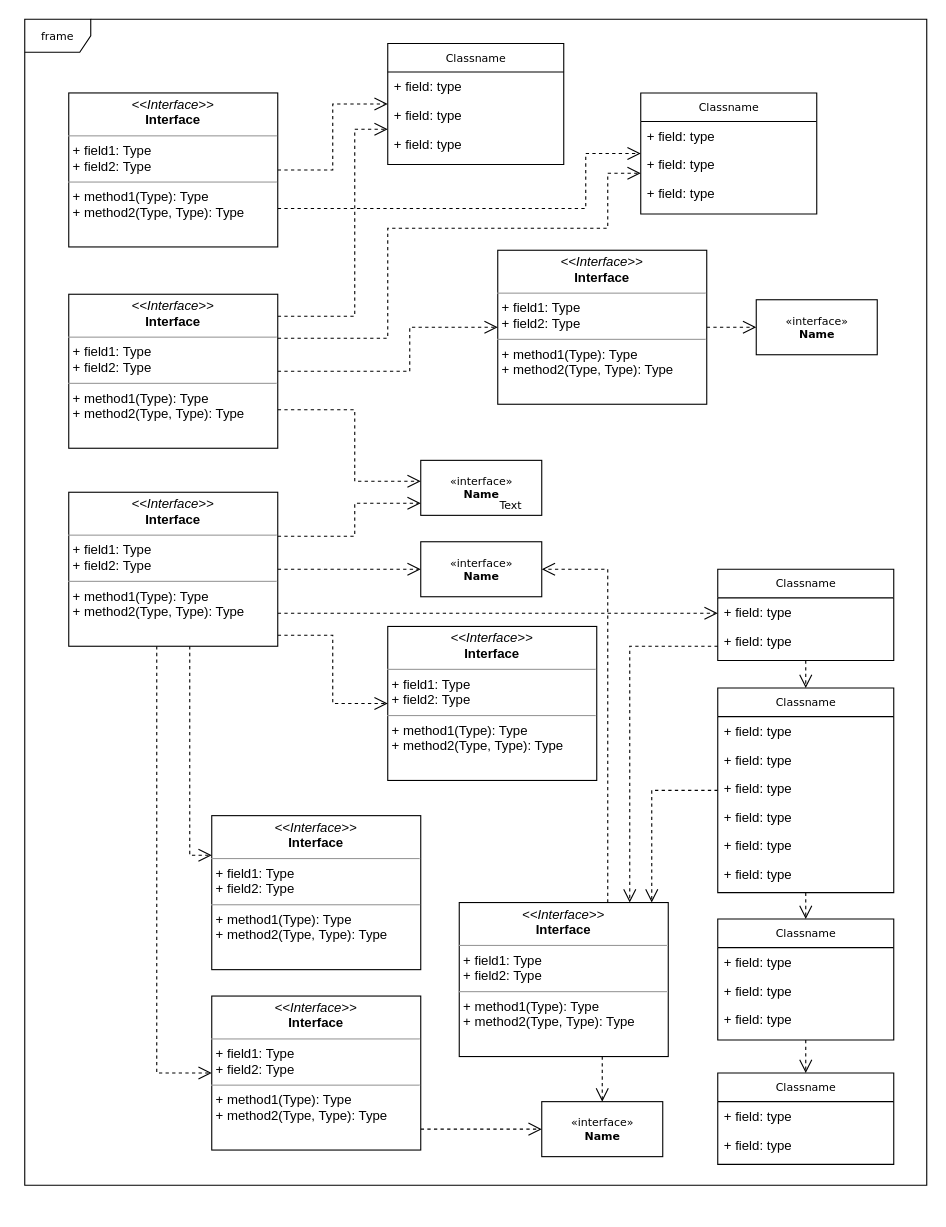
This is Untitled Diagram.drawio from LuanPanini/Fluxo, a draw.io file, before an edit. Source tidied: cells renumbered, new cells numbered last; positions are measured from the earlier drawing's top-left corner, leaving out a move shared by most shapes. Both pictures are drawn from the tidied source at 110%, with x=0, y=0 at pixel (24, 19).
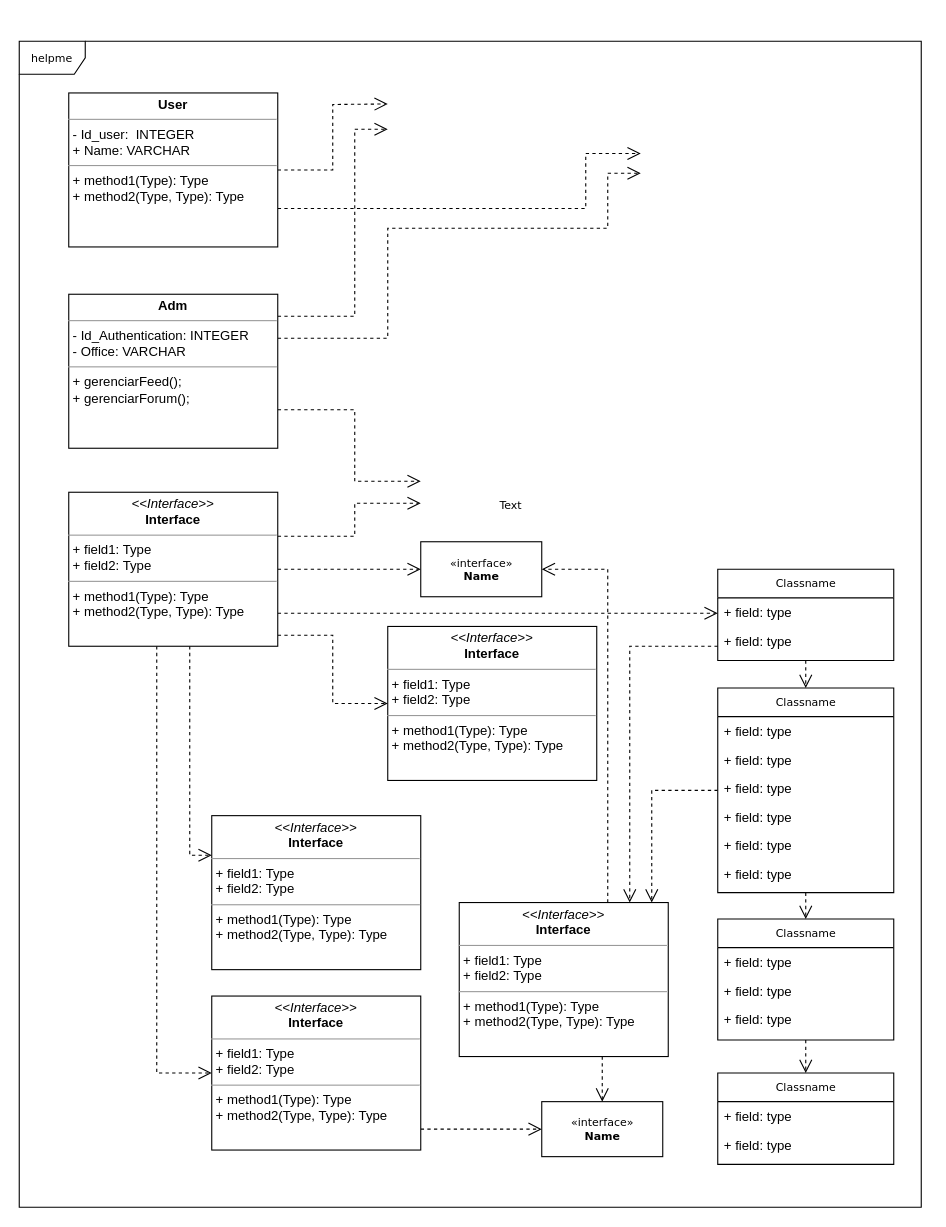
After the change.

Commit message:
Diagrama de classes helpme

Unchanged cells that the change refers to:
```xml
<mxCell id="60" value="&lt;p style=&quot;margin:0px;margin-top:4px;text-align:center;&quot;&gt;&lt;i&gt;&amp;lt;&amp;lt;Interface&amp;gt;&amp;gt;&lt;/i&gt;&lt;br/&gt;&lt;b&gt;Interface&lt;/b&gt;&lt;/p&gt;&lt;hr size=&quot;1&quot;/&gt;&lt;p style=&quot;margin:0px;margin-left:4px;&quot;&gt;+ field1: Type&lt;br/&gt;+ field2: Type&lt;/p&gt;&lt;hr size=&quot;1&quot;/&gt;&lt;p style=&quot;margin:0px;margin-left:4px;&quot;&gt;+ method1(Type): Type&lt;br/&gt;+ method2(Type, Type): Type&lt;/p&gt;" style="verticalAlign=top;align=left;overflow=fill;fontSize=12;fontFamily=Helvetica;html=1;rounded=0;shadow=0;comic=0;labelBackgroundColor=none;strokeWidth=1;" parent="1" vertex="1">
  <mxGeometry x="40" y="430" width="190" height="140" as="geometry" />
</mxCell>
```

Change to the diagram source:
```diff
@@
-    <mxCell id="2" value="frame" style="shape=umlFrame;whiteSpace=wrap;html=1;rounded=0;shadow=0;comic=0;labelBackgroundColor=none;strokeWidth=1;fontFamily=Verdana;fontSize=10;align=center;" parent="1" vertex="1">
-      <mxGeometry width="820" height="1060" as="geometry" />
+    <mxCell id="2" value="helpme" style="shape=umlFrame;whiteSpace=wrap;html=1;rounded=0;shadow=0;comic=0;labelBackgroundColor=none;strokeWidth=1;fontFamily=Verdana;fontSize=10;align=center;" parent="1" vertex="1">
+      <mxGeometry x="-5" y="20" width="820" height="1060" as="geometry" />
     </mxCell>
@@
-    <mxCell id="12" value="Classname" style="swimlane;html=1;fontStyle=0;horizontal=1;startSize=26;fillColor=none;swimlaneFillColor=#ffffff;rounded=0;shadow=0;comic=0;labelBackgroundColor=none;strokeWidth=1;fontFamily=Verdana;fontSize=10;align=center;" parent="1" vertex="1">
-      <mxGeometry x="330" y="22" width="160" height="110" as="geometry" />
-    </mxCell>
-    <mxCell id="13" value="+ field: type" style="text;html=1;strokeColor=none;fillColor=none;align=left;verticalAlign=top;spacingLeft=4;spacingRight=4;whiteSpace=wrap;overflow=hidden;" parent="12" vertex="1">
-      <mxGeometry y="26" width="160" height="26" as="geometry" />
-    </mxCell>
-    <mxCell id="14" value="+ field: type" style="text;html=1;strokeColor=none;fillColor=none;align=left;verticalAlign=top;spacingLeft=4;spacingRight=4;whiteSpace=wrap;overflow=hidden;" parent="12" vertex="1">
-      <mxGeometry y="52" width="160" height="26" as="geometry" />
-    </mxCell>
-    <mxCell id="15" value="+ field: type" style="text;html=1;strokeColor=none;fillColor=none;align=left;verticalAlign=top;spacingLeft=4;spacingRight=4;whiteSpace=wrap;overflow=hidden;" parent="12" vertex="1">
-      <mxGeometry y="78" width="160" height="26" as="geometry" />
-    </mxCell>
-    <mxCell id="16" value="Classname" style="swimlane;html=1;fontStyle=0;horizontal=1;startSize=26;fillColor=none;swimlaneFillColor=#ffffff;rounded=0;shadow=0;comic=0;labelBackgroundColor=none;strokeWidth=1;fontFamily=Verdana;fontSize=10;align=center;" parent="1" vertex="1">
-      <mxGeometry x="560" y="67" width="160" height="110" as="geometry" />
-    </mxCell>
-    <mxCell id="17" value="+ field: type" style="text;html=1;strokeColor=none;fillColor=none;align=left;verticalAlign=top;spacingLeft=4;spacingRight=4;whiteSpace=wrap;overflow=hidden;" parent="16" vertex="1">
-      <mxGeometry y="26" width="160" height="26" as="geometry" />
-    </mxCell>
-    <mxCell id="18" value="+ field: type" style="text;html=1;strokeColor=none;fillColor=none;align=left;verticalAlign=top;spacingLeft=4;spacingRight=4;whiteSpace=wrap;overflow=hidden;" parent="16" vertex="1">
-      <mxGeometry y="52" width="160" height="26" as="geometry" />
-    </mxCell>
-    <mxCell id="19" value="+ field: type" style="text;html=1;strokeColor=none;fillColor=none;align=left;verticalAlign=top;spacingLeft=4;spacingRight=4;whiteSpace=wrap;overflow=hidden;" parent="16" vertex="1">
-      <mxGeometry y="78" width="160" height="26" as="geometry" />
-    </mxCell>
@@
-    <mxCell id="41" value="&amp;laquo;interface&amp;raquo;&lt;br&gt;&lt;b&gt;Name&lt;/b&gt;" style="html=1;rounded=0;shadow=0;comic=0;labelBackgroundColor=none;strokeWidth=1;fontFamily=Verdana;fontSize=10;align=center;" parent="1" vertex="1">
-      <mxGeometry x="360" y="401" width="110" height="50" as="geometry" />
-    </mxCell>
-    <mxCell id="42" style="edgeStyle=orthogonalEdgeStyle;rounded=0;html=1;dashed=1;labelBackgroundColor=none;startFill=0;endArrow=open;endFill=0;endSize=10;fontFamily=Verdana;fontSize=10;" parent="1" edge="1" source="43" target="45">
-      <mxGeometry relative="1" as="geometry" />
-    </mxCell>
-    <mxCell id="43" value="&lt;p style=&quot;margin:0px;margin-top:4px;text-align:center;&quot;&gt;&lt;i&gt;&amp;lt;&amp;lt;Interface&amp;gt;&amp;gt;&lt;/i&gt;&lt;br/&gt;&lt;b&gt;Interface&lt;/b&gt;&lt;/p&gt;&lt;hr size=&quot;1&quot;/&gt;&lt;p style=&quot;margin:0px;margin-left:4px;&quot;&gt;+ field1: Type&lt;br/&gt;+ field2: Type&lt;/p&gt;&lt;hr size=&quot;1&quot;/&gt;&lt;p style=&quot;margin:0px;margin-left:4px;&quot;&gt;+ method1(Type): Type&lt;br/&gt;+ method2(Type, Type): Type&lt;/p&gt;" style="verticalAlign=top;align=left;overflow=fill;fontSize=12;fontFamily=Helvetica;html=1;rounded=0;shadow=0;comic=0;labelBackgroundColor=none;strokeWidth=1;" parent="1" vertex="1">
-      <mxGeometry x="430" y="210" width="190" height="140" as="geometry" />
-    </mxCell>
@@
-    <mxCell id="45" value="&amp;laquo;interface&amp;raquo;&lt;br&gt;&lt;b&gt;Name&lt;/b&gt;" style="html=1;rounded=0;shadow=0;comic=0;labelBackgroundColor=none;strokeWidth=1;fontFamily=Verdana;fontSize=10;align=center;" parent="1" vertex="1">
-      <mxGeometry x="665" y="255" width="110" height="50" as="geometry" />
-    </mxCell>
-    <mxCell id="46" style="edgeStyle=orthogonalEdgeStyle;rounded=0;html=1;labelBackgroundColor=none;startFill=0;endArrow=open;endFill=0;endSize=10;fontFamily=Verdana;fontSize=10;dashed=1;" parent="1" edge="1" source="48" target="12">
-      <mxGeometry relative="1" as="geometry" />
+    <mxCell id="46" style="edgeStyle=orthogonalEdgeStyle;rounded=0;html=1;labelBackgroundColor=none;startFill=0;endArrow=open;endFill=0;endSize=10;fontFamily=Verdana;fontSize=10;dashed=1;" parent="1" edge="1" source="48">
+      <mxGeometry relative="1" as="geometry">
+        <mxPoint x="330" y="77" as="targetPoint" />
+      </mxGeometry>
     </mxCell>
-    <mxCell id="47" style="edgeStyle=orthogonalEdgeStyle;rounded=0;html=1;exitX=1;exitY=0.75;dashed=1;labelBackgroundColor=none;startFill=0;endArrow=open;endFill=0;endSize=10;fontFamily=Verdana;fontSize=10;" parent="1" edge="1" source="48" target="16">
+    <mxCell id="47" style="edgeStyle=orthogonalEdgeStyle;rounded=0;html=1;exitX=1;exitY=0.75;dashed=1;labelBackgroundColor=none;startFill=0;endArrow=open;endFill=0;endSize=10;fontFamily=Verdana;fontSize=10;" parent="1" edge="1" source="48">
       <mxGeometry relative="1" as="geometry">
+        <mxPoint x="560" y="122" as="targetPoint" />
         <Array as="points">
           <mxPoint x="510" y="172" />
           <mxPoint x="510" y="122" />
         </Array>
       </mxGeometry>
     </mxCell>
-    <mxCell id="48" value="&lt;p style=&quot;margin:0px;margin-top:4px;text-align:center;&quot;&gt;&lt;i&gt;&amp;lt;&amp;lt;Interface&amp;gt;&amp;gt;&lt;/i&gt;&lt;br/&gt;&lt;b&gt;Interface&lt;/b&gt;&lt;/p&gt;&lt;hr size=&quot;1&quot;/&gt;&lt;p style=&quot;margin:0px;margin-left:4px;&quot;&gt;+ field1: Type&lt;br/&gt;+ field2: Type&lt;/p&gt;&lt;hr size=&quot;1&quot;/&gt;&lt;p style=&quot;margin:0px;margin-left:4px;&quot;&gt;+ method1(Type): Type&lt;br/&gt;+ method2(Type, Type): Type&lt;/p&gt;" style="verticalAlign=top;align=left;overflow=fill;fontSize=12;fontFamily=Helvetica;html=1;rounded=0;shadow=0;comic=0;labelBackgroundColor=none;strokeWidth=1;" parent="1" vertex="1">
+    <mxCell id="48" value="&lt;p style=&quot;margin: 0px ; margin-top: 4px ; text-align: center&quot;&gt;&lt;b&gt;User&lt;/b&gt;&lt;br&gt;&lt;/p&gt;&lt;hr size=&quot;1&quot;&gt;&lt;p style=&quot;margin: 0px ; margin-left: 4px&quot;&gt;- Id_user:&amp;nbsp; INTEGER&lt;br&gt;+ Name: VARCHAR&lt;br&gt;&lt;/p&gt;&lt;hr size=&quot;1&quot;&gt;&lt;p style=&quot;margin: 0px ; margin-left: 4px&quot;&gt;+ method1(Type): Type&lt;br&gt;+ method2(Type, Type): Type&lt;/p&gt;" style="verticalAlign=top;align=left;overflow=fill;fontSize=12;fontFamily=Helvetica;html=1;rounded=0;shadow=0;comic=0;labelBackgroundColor=none;strokeWidth=1;" parent="1" vertex="1">
       <mxGeometry x="40" y="67" width="190" height="140" as="geometry" />
     </mxCell>
-    <mxCell id="49" style="edgeStyle=orthogonalEdgeStyle;rounded=0;html=1;dashed=1;labelBackgroundColor=none;startFill=0;endArrow=open;endFill=0;endSize=10;fontFamily=Verdana;fontSize=10;" parent="1" edge="1" source="53" target="12">
+    <mxCell id="49" style="edgeStyle=orthogonalEdgeStyle;rounded=0;html=1;dashed=1;labelBackgroundColor=none;startFill=0;endArrow=open;endFill=0;endSize=10;fontFamily=Verdana;fontSize=10;" parent="1" edge="1" source="53">
       <mxGeometry relative="1" as="geometry">
+        <mxPoint x="330" y="100" as="targetPoint" />
         <Array as="points">
           <mxPoint x="300" y="270" />
           <mxPoint x="300" y="100" />
         </Array>
       </mxGeometry>
     </mxCell>
-    <mxCell id="50" style="edgeStyle=orthogonalEdgeStyle;rounded=0;html=1;dashed=1;labelBackgroundColor=none;startFill=0;endArrow=open;endFill=0;endSize=10;fontFamily=Verdana;fontSize=10;" parent="1" edge="1" source="53" target="16">
+    <mxCell id="50" style="edgeStyle=orthogonalEdgeStyle;rounded=0;html=1;dashed=1;labelBackgroundColor=none;startFill=0;endArrow=open;endFill=0;endSize=10;fontFamily=Verdana;fontSize=10;" parent="1" edge="1" source="53">
       <mxGeometry relative="1" as="geometry">
+        <mxPoint x="560" y="140" as="targetPoint" />
         <Array as="points">
           <mxPoint x="330" y="290" />
           <mxPoint x="330" y="190" />
           <mxPoint x="530" y="190" />
           <mxPoint x="530" y="140" />
         </Array>
       </mxGeometry>
     </mxCell>
-    <mxCell id="51" style="edgeStyle=orthogonalEdgeStyle;rounded=0;html=1;dashed=1;labelBackgroundColor=none;startFill=0;endArrow=open;endFill=0;endSize=10;fontFamily=Verdana;fontSize=10;" parent="1" edge="1" source="53" target="43">
-      <mxGeometry relative="1" as="geometry">
-        <Array as="points">
-          <mxPoint x="350" y="320" />
-          <mxPoint x="350" y="280" />
-        </Array>
-      </mxGeometry>
-    </mxCell>
-    <mxCell id="52" style="edgeStyle=orthogonalEdgeStyle;rounded=0;html=1;exitX=1;exitY=0.75;dashed=1;labelBackgroundColor=none;startFill=0;endArrow=open;endFill=0;endSize=10;fontFamily=Verdana;fontSize=10;" parent="1" edge="1" source="53" target="41">
+    <mxCell id="52" style="edgeStyle=orthogonalEdgeStyle;rounded=0;html=1;exitX=1;exitY=0.75;dashed=1;labelBackgroundColor=none;startFill=0;endArrow=open;endFill=0;endSize=10;fontFamily=Verdana;fontSize=10;" parent="1" edge="1" source="53">
       <mxGeometry relative="1" as="geometry">
+        <mxPoint x="360" y="420" as="targetPoint" />
         <Array as="points">
           <mxPoint x="300" y="355" />
           <mxPoint x="300" y="420" />
         </Array>
       </mxGeometry>
     </mxCell>
-    <mxCell id="53" value="&lt;p style=&quot;margin:0px;margin-top:4px;text-align:center;&quot;&gt;&lt;i&gt;&amp;lt;&amp;lt;Interface&amp;gt;&amp;gt;&lt;/i&gt;&lt;br/&gt;&lt;b&gt;Interface&lt;/b&gt;&lt;/p&gt;&lt;hr size=&quot;1&quot;/&gt;&lt;p style=&quot;margin:0px;margin-left:4px;&quot;&gt;+ field1: Type&lt;br/&gt;+ field2: Type&lt;/p&gt;&lt;hr size=&quot;1&quot;/&gt;&lt;p style=&quot;margin:0px;margin-left:4px;&quot;&gt;+ method1(Type): Type&lt;br/&gt;+ method2(Type, Type): Type&lt;/p&gt;" style="verticalAlign=top;align=left;overflow=fill;fontSize=12;fontFamily=Helvetica;html=1;rounded=0;shadow=0;comic=0;labelBackgroundColor=none;strokeWidth=1;" parent="1" vertex="1">
+    <mxCell id="53" value="&lt;p style=&quot;margin: 0px ; margin-top: 4px ; text-align: center&quot;&gt;&lt;b&gt;Adm&lt;/b&gt;&lt;br&gt;&lt;/p&gt;&lt;hr size=&quot;1&quot;&gt;&lt;p style=&quot;margin: 0px ; margin-left: 4px&quot;&gt;- Id_Authentication: INTEGER&lt;br&gt;- Office: VARCHAR&lt;br&gt;&lt;/p&gt;&lt;hr size=&quot;1&quot;&gt;&lt;p style=&quot;margin: 0px ; margin-left: 4px&quot;&gt;+ gerenciarFeed();&lt;br&gt;+ gerenciarForum();&lt;/p&gt;&lt;p style=&quot;margin: 0px ; margin-left: 4px&quot;&gt;&lt;br&gt;&lt;/p&gt;" style="verticalAlign=top;align=left;overflow=fill;fontSize=12;fontFamily=Helvetica;html=1;rounded=0;shadow=0;comic=0;labelBackgroundColor=none;strokeWidth=1;" parent="1" vertex="1">
       <mxGeometry x="40" y="250" width="190" height="140" as="geometry" />
     </mxCell>
-    <mxCell id="54" style="edgeStyle=orthogonalEdgeStyle;rounded=0;html=1;dashed=1;labelBackgroundColor=none;startFill=0;endArrow=open;endFill=0;endSize=10;fontFamily=Verdana;fontSize=10;" parent="1" edge="1" source="60" target="41">
+    <mxCell id="54" style="edgeStyle=orthogonalEdgeStyle;rounded=0;html=1;dashed=1;labelBackgroundColor=none;startFill=0;endArrow=open;endFill=0;endSize=10;fontFamily=Verdana;fontSize=10;" parent="1" edge="1" source="60">
       <mxGeometry relative="1" as="geometry">
+        <mxPoint x="360" y="440" as="targetPoint" />
         <Array as="points">
           <mxPoint x="300" y="470" />
           <mxPoint x="300" y="440" />
         </Array>
       </mxGeometry>
     </mxCell>
```
